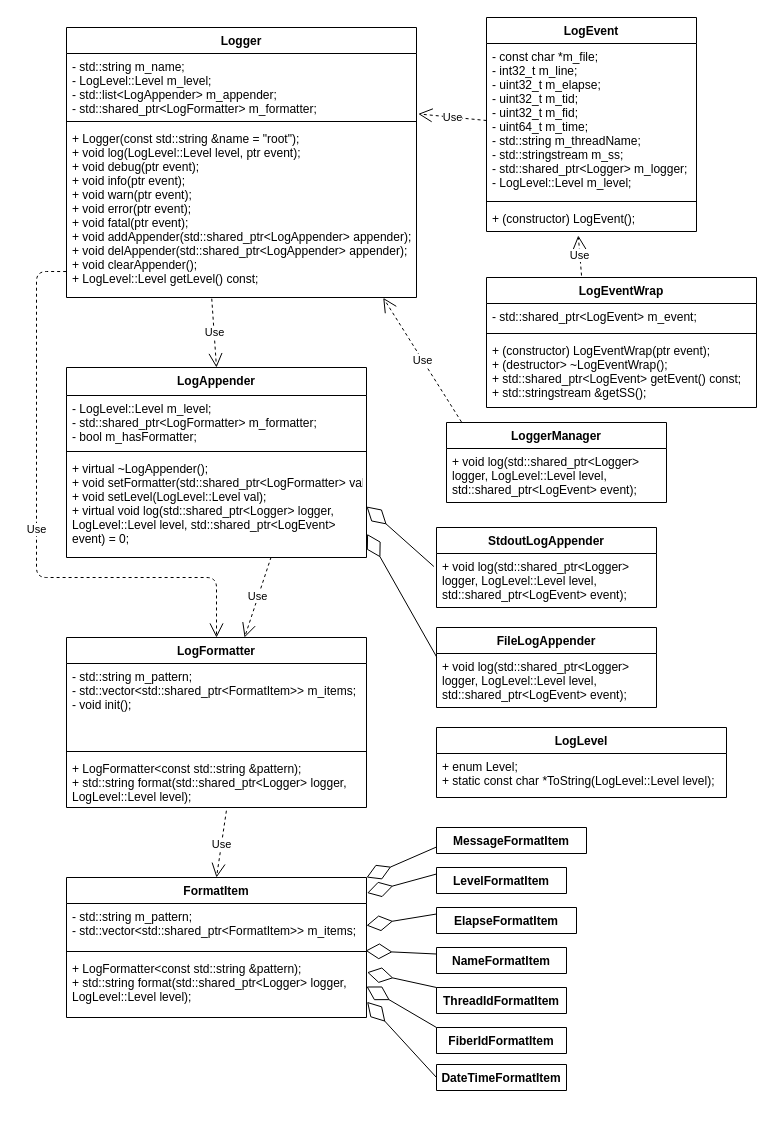
Above: class/log.drawio in Chen-Carl/zcserver-log4j-cpp-version (draw.io), before the change. Source tidied: cells renumbered, new cells numbered last; positions are measured from the earlier drawing's top-left corner, leaving out a move shared by most shapes. Both pictures are drawn from the tidied source at 100%, with x=0, y=0 at pixel (36, 17).
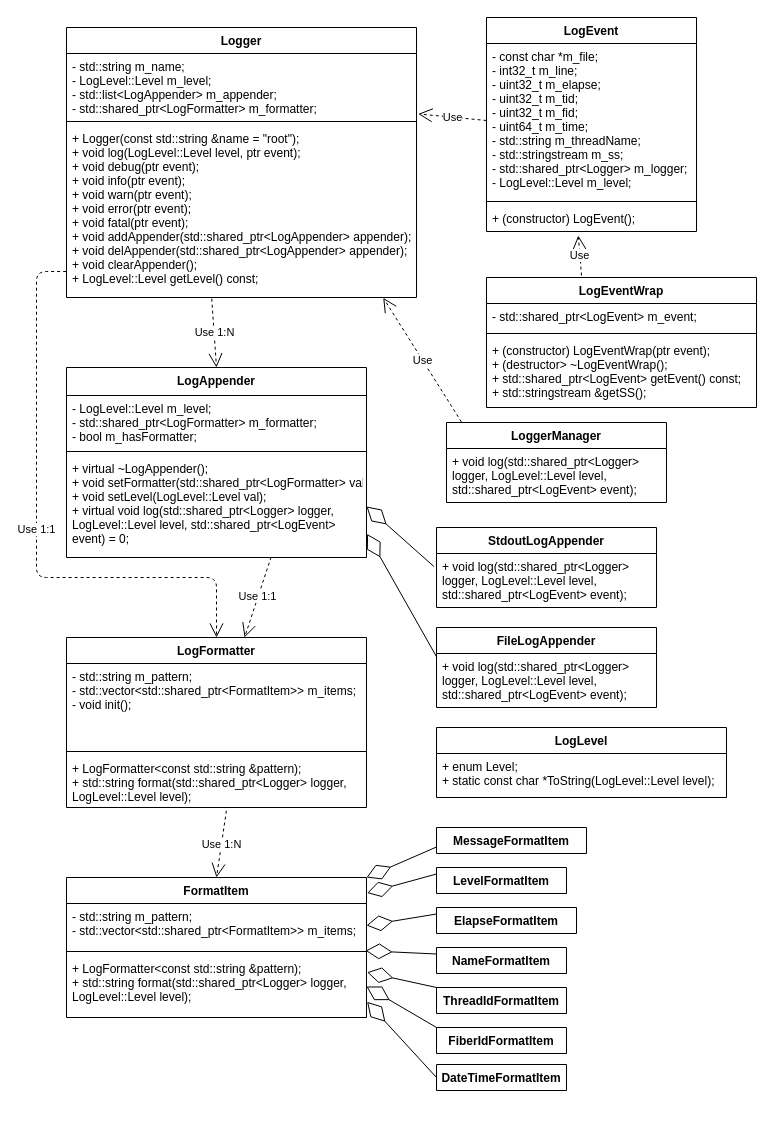
Above is the later version.

Commit message (it also covers changes not shown here):
v2.0 实现了单线程的基于YAML实现实现配置的日志系统

The change refers to these unchanged cells:
```xml
<mxCell id="5" value="+ Logger(const std::string &amp;name = &quot;root&quot;);&#10;+ void log(LogLevel::Level level, ptr event);&#10;+ void debug(ptr event);&#10;+ void info(ptr event);&#10;+ void warn(ptr event);&#10;+ void error(ptr event);&#10;+ void fatal(ptr event);&#10;+ void addAppender(std::shared_ptr&lt;LogAppender&gt; appender);&#10;+ void delAppender(std::shared_ptr&lt;LogAppender&gt; appender);&#10;+ void clearAppender();&#10;+ LogLevel::Level getLevel() const;&#10;" style="text;strokeColor=none;fillColor=none;align=left;verticalAlign=top;spacingLeft=4;spacingRight=4;overflow=hidden;points=[[0,0.5],[1,0.5]];portConstraint=eastwest;" parent="2" vertex="1">
  <mxGeometry y="98" width="350" height="172" as="geometry" />
</mxCell>
<mxCell id="6" value="LogAppender" style="swimlane;fontStyle=1;align=center;verticalAlign=top;horizontal=1;startSize=28;" parent="1" vertex="1">
  <mxGeometry x="30" y="350" width="300" height="190" as="geometry" />
</mxCell>
<mxCell id="9" value="+ virtual ~LogAppender();&#10;+ void setFormatter(std::shared_ptr&lt;LogFormatter&gt; val);&#10;+ void setLevel(LogLevel::Level val);&#10;+ virtual void log(std::shared_ptr&lt;Logger&gt; logger, &#10;LogLevel::Level level, std::shared_ptr&lt;LogEvent&gt; &#10;event) = 0;" style="text;strokeColor=none;fillColor=none;align=left;verticalAlign=top;spacingLeft=4;spacingRight=4;overflow=hidden;points=[[0,0.5],[1,0.5]];portConstraint=eastwest;" parent="6" vertex="1">
  <mxGeometry y="88" width="300" height="102" as="geometry" />
</mxCell>
<mxCell id="19" value="LogFormatter" style="swimlane;fontStyle=1;align=center;verticalAlign=top;horizontal=1;startSize=26;" parent="1" vertex="1">
  <mxGeometry x="30" y="620" width="300" height="170" as="geometry" />
</mxCell>
<mxCell id="22" value="+ LogFormatter&lt;const std::string &amp;pattern);&#10;+ std::string format(std::shared_ptr&lt;Logger&gt; logger, &#10;LogLevel::Level level);" style="text;strokeColor=none;fillColor=none;align=left;verticalAlign=top;spacingLeft=4;spacingRight=4;overflow=hidden;points=[[0,0.5],[1,0.5]];portConstraint=eastwest;" parent="19" vertex="1">
  <mxGeometry y="118" width="300" height="52" as="geometry" />
</mxCell>
<mxCell id="23" value="FormatItem" style="swimlane;fontStyle=1;align=center;verticalAlign=top;horizontal=1;startSize=26;" parent="1" vertex="1">
  <mxGeometry x="30" y="860" width="300" height="140" as="geometry" />
</mxCell>
```

Diff of the diagram source:
```diff
@@
-    <mxCell id="47" value="Use" style="endArrow=open;endSize=12;dashed=1;html=1;exitX=0.533;exitY=1.062;exitDx=0;exitDy=0;exitPerimeter=0;entryX=0.5;entryY=0;entryDx=0;entryDy=0;" parent="1" edge="1" source="22" target="23">
+    <mxCell id="47" value="Use 1:N" style="endArrow=open;endSize=12;dashed=1;html=1;exitX=0.533;exitY=1.062;exitDx=0;exitDy=0;exitPerimeter=0;entryX=0.5;entryY=0;entryDx=0;entryDy=0;" parent="1" edge="1" source="22" target="23">
       <mxGeometry relative="1" as="geometry" />
     </mxCell>
-    <mxCell id="48" value="Use" style="endArrow=open;endSize=12;dashed=1;html=1;exitX=0.415;exitY=1.007;exitDx=0;exitDy=0;exitPerimeter=0;entryX=0.5;entryY=0;entryDx=0;entryDy=0;" parent="1" edge="1" source="5" target="6">
+    <mxCell id="48" value="Use 1:N" style="endArrow=open;endSize=12;dashed=1;html=1;exitX=0.415;exitY=1.007;exitDx=0;exitDy=0;exitPerimeter=0;entryX=0.5;entryY=0;entryDx=0;entryDy=0;" parent="1" edge="1" source="5" target="6">
       <mxGeometry relative="1" as="geometry" />
     </mxCell>
-    <mxCell id="49" value="Use" style="endArrow=open;endSize=12;dashed=1;html=1;exitX=-0.001;exitY=0.849;exitDx=0;exitDy=0;exitPerimeter=0;edgeStyle=orthogonalEdgeStyle;" parent="1" edge="1" source="5" target="19">
+    <mxCell id="49" value="Use 1:1" style="endArrow=open;endSize=12;dashed=1;html=1;exitX=-0.001;exitY=0.849;exitDx=0;exitDy=0;exitPerimeter=0;edgeStyle=orthogonalEdgeStyle;" parent="1" edge="1" source="5" target="19">
       <mxGeometry relative="1" as="geometry">
         <Array as="points">
           <mxPoint y="254" />
           <mxPoint y="560" />
           <mxPoint x="180" y="560" />
         </Array>
       </mxGeometry>
     </mxCell>
-    <mxCell id="50" value="Use" style="endArrow=open;endSize=12;dashed=1;html=1;exitX=0.682;exitY=0.996;exitDx=0;exitDy=0;exitPerimeter=0;" parent="1" edge="1" source="9" target="19">
+    <mxCell id="50" value="Use 1:1" style="endArrow=open;endSize=12;dashed=1;html=1;exitX=0.682;exitY=0.996;exitDx=0;exitDy=0;exitPerimeter=0;" parent="1" edge="1" source="9" target="19">
       <mxGeometry relative="1" as="geometry" />
     </mxCell>
```
